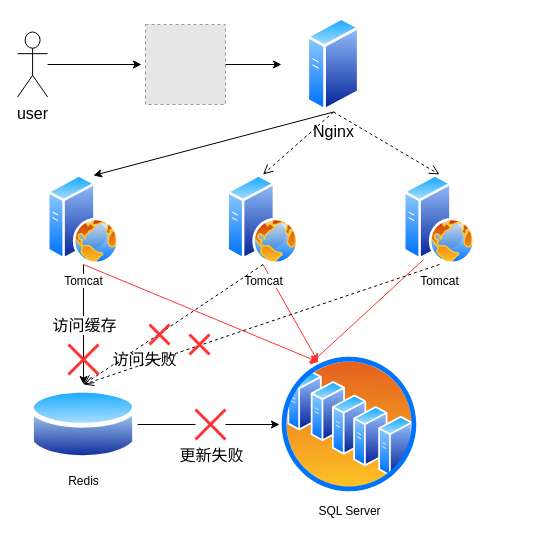
Before: img-folder/master_slave.drawio in Tiannia/intro_to_ai, a draw.io diagram. Source tidied: cells renumbered, new cells numbered last; positions are measured from the earlier drawing's top-left corner, leaving out a move shared by most shapes. Both pictures are drawn from the tidied source at 100%, with x=0, y=0 at pixel (17, 16). Pictures stored in the file or linked from it are replaced by grey dashed boxes.
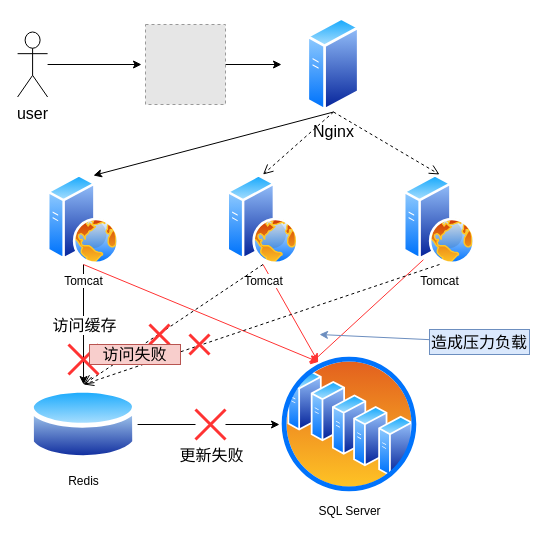
Above is the later version.

Change to the diagram source:
```diff
@@
-    <mxCell id="29" value="访问失败" style="text;html=1;strokeColor=none;fillColor=none;align=center;verticalAlign=middle;whiteSpace=wrap;rounded=0;fontSize=16;" parent="1" vertex="1">
-      <mxGeometry x="92" y="338" width="71" height="10" as="geometry" />
+    <mxCell id="29" value="访问失败" style="text;html=1;strokeColor=#b85450;fillColor=#f8cecc;align=center;verticalAlign=middle;whiteSpace=wrap;rounded=0;fontSize=16;" parent="1" vertex="1">
+      <mxGeometry x="72" y="328" width="91" height="20" as="geometry" />
     </mxCell>
+    <mxCell id="30" style="edgeStyle=none;rounded=0;jettySize=auto;html=1;fontSize=16;strokeColor=#6c8ebf;fillColor=#dae8fc;" parent="1" edge="1" source="31">
+      <mxGeometry relative="1" as="geometry">
+        <mxPoint x="302" y="318" as="targetPoint" />
+      </mxGeometry>
+    </mxCell>
+    <mxCell id="31" value="造成压力负载" style="text;html=1;strokeColor=#6c8ebf;fillColor=#dae8fc;align=center;verticalAlign=middle;whiteSpace=wrap;rounded=0;fontSize=16;" parent="1" vertex="1">
+      <mxGeometry x="412" y="313" width="100" height="25" as="geometry" />
+    </mxCell>
```
